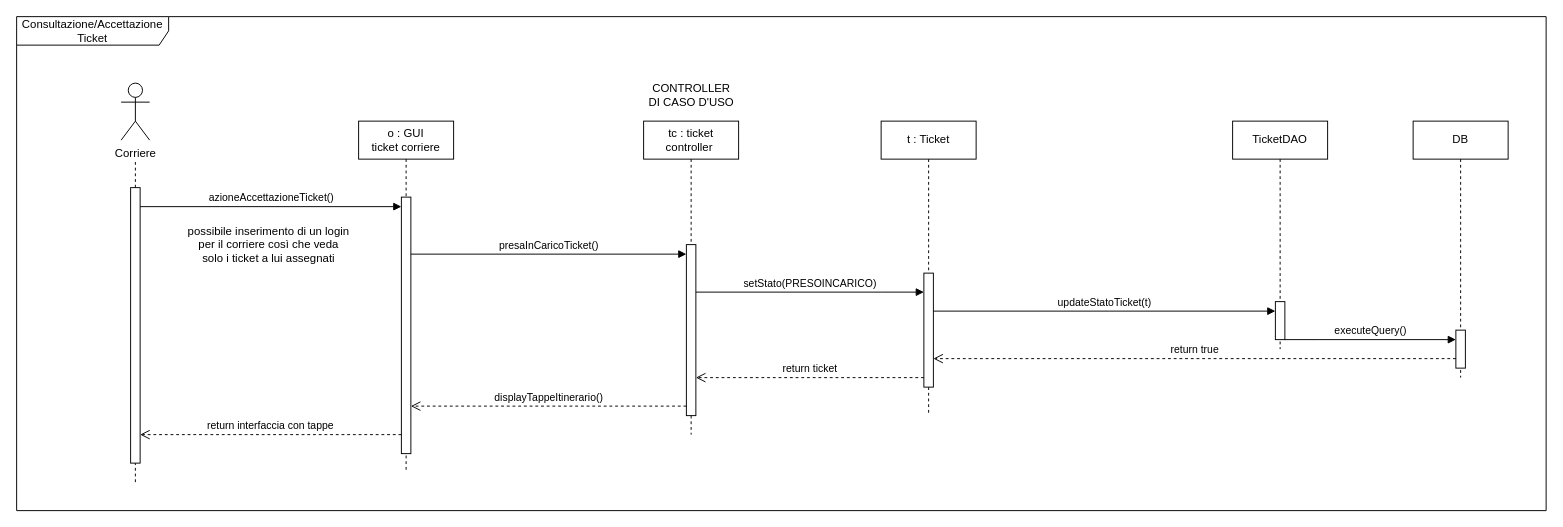
Above: Docs/7 - Diagrammi Sequenze/DiagSeqUC5.drawio in IngSW-unipv/Progetto-M25 (draw.io), before the change. Source tidied: cells renumbered, new cells numbered last; positions are measured from the earlier drawing's top-left corner, leaving out a move shared by most shapes. Both pictures are drawn from the tidied source at 95%, with x=0, y=0 at pixel (-31, 16).
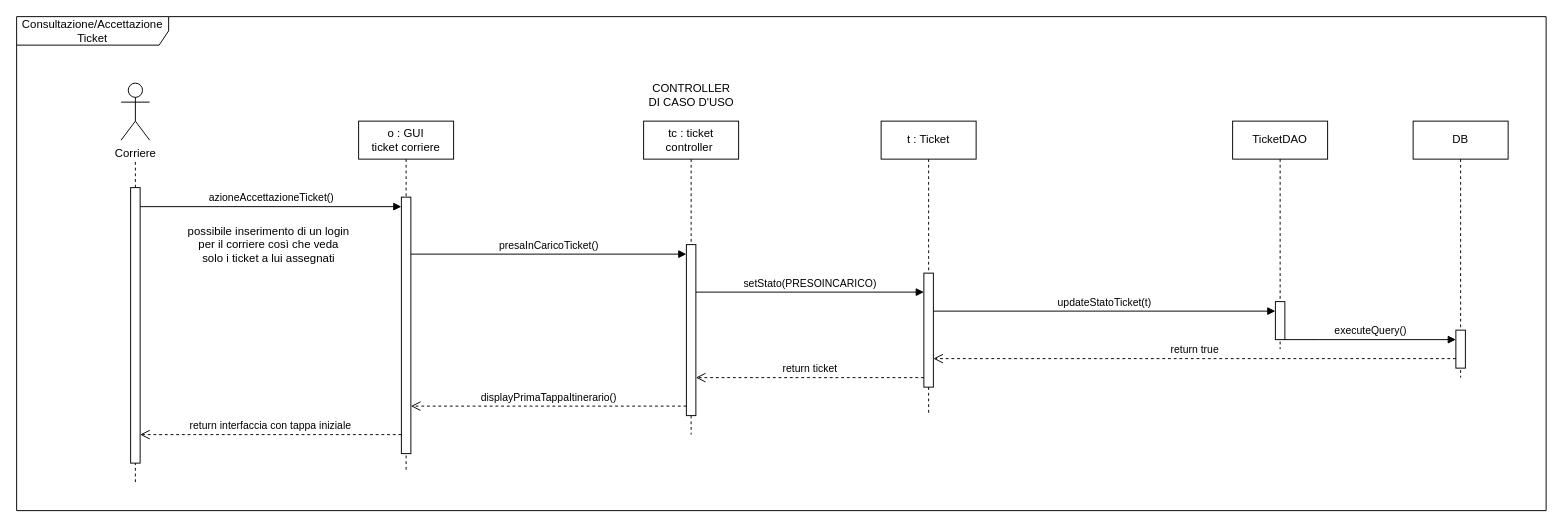
Above is the later version.

The change refers to these unchanged cells:
```xml
<mxCell id="3" style="html=1;points=[];perimeter=orthogonalPerimeter;outlineConnect=0;targetShapes=umlLifeline;portConstraint=eastwest;newEdgeStyle={&quot;edgeStyle&quot;:&quot;elbowEdgeStyle&quot;,&quot;elbow&quot;:&quot;vertical&quot;,&quot;curved&quot;:0,&quot;rounded&quot;:0};fontColor=light-dark(#000000,#FFFFFF);" parent="2" vertex="1">
  <mxGeometry x="45" y="80" width="10" height="270" as="geometry" />
</mxCell>
<mxCell id="11" style="html=1;points=[];perimeter=orthogonalPerimeter;outlineConnect=0;targetShapes=umlLifeline;portConstraint=eastwest;newEdgeStyle={&quot;edgeStyle&quot;:&quot;elbowEdgeStyle&quot;,&quot;elbow&quot;:&quot;vertical&quot;,&quot;curved&quot;:0,&quot;rounded&quot;:0};fontColor=light-dark(#000000,#FFFFFF);" parent="1" vertex="1">
  <mxGeometry x="170" y="180" width="10" height="290" as="geometry" />
</mxCell>
```

Diff of the diagram source:
```diff
@@
-    <mxCell id="6" value="displayTappeItinerario()" style="html=1;verticalAlign=bottom;endArrow=open;dashed=1;endSize=8;edgeStyle=elbowEdgeStyle;elbow=vertical;curved=0;rounded=0;fontColor=light-dark(#000000,#FFFFFF);" parent="1" edge="1">
+    <mxCell id="6" value="displayPrimaTappaItinerario()" style="html=1;verticalAlign=bottom;endArrow=open;dashed=1;endSize=8;edgeStyle=elbowEdgeStyle;elbow=vertical;curved=0;rounded=0;fontColor=light-dark(#000000,#FFFFFF);" parent="1" edge="1">
       <mxGeometry relative="1" as="geometry">
         <mxPoint x="755" y="410" as="sourcePoint" />
         <mxPoint x="465" y="410" as="targetPoint" />
         <Array as="points">
           <mxPoint x="630" y="410" />
           <mxPoint x="710" y="470" />
           <mxPoint x="720" y="440" />
           <mxPoint x="695" y="540" />
           <mxPoint x="635" y="620" />
           <mxPoint x="305" y="600" />
           <mxPoint x="427" y="520" />
         </Array>
       </mxGeometry>
     </mxCell>
@@
-    <mxCell id="19" value="return interfaccia con tappe" style="html=1;verticalAlign=bottom;endArrow=open;dashed=1;endSize=8;edgeStyle=elbowEdgeStyle;elbow=vertical;curved=0;rounded=0;fontColor=light-dark(#000000,#FFFFFF);" parent="1" edge="1" source="3" target="11">
+    <mxCell id="19" value="return interfaccia con tappa iniziale" style="html=1;verticalAlign=bottom;endArrow=open;dashed=1;endSize=8;edgeStyle=elbowEdgeStyle;elbow=vertical;curved=0;rounded=0;fontColor=light-dark(#000000,#FFFFFF);" parent="1" edge="1" source="3" target="11">
       <mxGeometry relative="1" as="geometry">
         <Array as="points">
           <mxPoint x="410" y="440" />
           <mxPoint x="430" y="470" />
           <mxPoint x="395" y="530" />
           <mxPoint x="330" y="610" />
           <mxPoint y="590" />
           <mxPoint x="122" y="510" />
         </Array>
       </mxGeometry>
     </mxCell>
```
